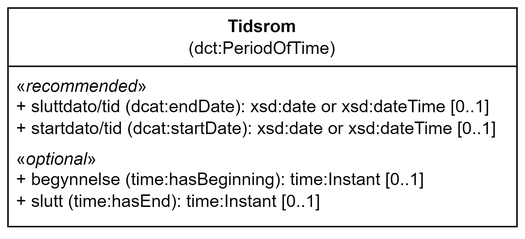
Informasjonsforvaltning/dcat-ap-no keeps this draw.io diagram as docs/images/Klassen-Tidsrom.png. Above is the earlier version. Source tidied: cells renumbered, new cells last; positions are measured from the earlier drawing's top-left corner, leaving out a move shared by most shapes. Source of this version:
```xml
<mxGraphModel>
  <root>
    <mxCell id="0" />
    <mxCell id="1" parent="0" />
    <mxCell id="2" value="&lt;span style=&quot;background-color: initial;&quot;&gt;Tidsrom&lt;br&gt;&lt;/span&gt;&lt;span style=&quot;background-color: initial;&quot;&gt;&lt;span style=&quot;font-weight: normal;&quot;&gt;(dct:PeriodOfTime)&lt;/span&gt;&lt;/span&gt;" style="swimlane;whiteSpace=wrap;html=1;startSize=40;" parent="1" vertex="1">
      <mxGeometry width="350" height="150" as="geometry" />
    </mxCell>
    <mxCell id="3" value="&lt;div&gt;«&lt;i&gt;recommended&lt;/i&gt;»&lt;/div&gt;&lt;div&gt;&lt;div&gt;&lt;div&gt;+ sluttdato/tid (dcat:endDate): xsd:date or xsd:dateTime [0..1]&lt;/div&gt;&lt;div&gt;+ startdato/tid (dcat:startDate): xsd:date or xsd:dateTime [0..1]&lt;/div&gt;&lt;/div&gt;&lt;/div&gt;" style="text;strokeColor=none;fillColor=none;align=left;verticalAlign=top;spacingLeft=4;spacingRight=4;overflow=hidden;whiteSpace=wrap;html=1;" parent="2" vertex="1">
      <mxGeometry y="40" width="350" height="60" as="geometry" />
    </mxCell>
    <mxCell id="4" value="&lt;div&gt;«&lt;i&gt;optional&lt;/i&gt;»&lt;/div&gt;&lt;div&gt;+ begynnelse (time:hasBeginning): time:Instant [0..1]&lt;/div&gt;&lt;div&gt;+ slutt (time:hasEnd): time:Instant [0..1]&lt;/div&gt;" style="text;strokeColor=none;fillColor=none;align=left;verticalAlign=top;spacingLeft=4;spacingRight=4;overflow=hidden;whiteSpace=wrap;html=1;" parent="2" vertex="1">
      <mxGeometry y="90" width="350" height="60" as="geometry" />
    </mxCell>
  </root>
</mxGraphModel>
```
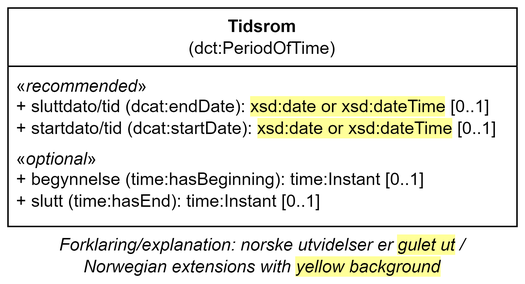
The same file after the commit.

Commit message:
Oppdaterer tegninger

Diff of the diagram source:
```diff
@@ -5,11 +5,14 @@
     <mxCell id="2" value="&lt;span style=&quot;background-color: initial;&quot;&gt;Tidsrom&lt;br&gt;&lt;/span&gt;&lt;span style=&quot;background-color: initial;&quot;&gt;&lt;span style=&quot;font-weight: normal;&quot;&gt;(dct:PeriodOfTime)&lt;/span&gt;&lt;/span&gt;" style="swimlane;whiteSpace=wrap;html=1;startSize=40;" parent="1" vertex="1">
       <mxGeometry width="350" height="150" as="geometry" />
     </mxCell>
-    <mxCell id="3" value="&lt;div&gt;«&lt;i&gt;recommended&lt;/i&gt;»&lt;/div&gt;&lt;div&gt;&lt;div&gt;&lt;div&gt;+ sluttdato/tid (dcat:endDate): xsd:date or xsd:dateTime [0..1]&lt;/div&gt;&lt;div&gt;+ startdato/tid (dcat:startDate): xsd:date or xsd:dateTime [0..1]&lt;/div&gt;&lt;/div&gt;&lt;/div&gt;" style="text;strokeColor=none;fillColor=none;align=left;verticalAlign=top;spacingLeft=4;spacingRight=4;overflow=hidden;whiteSpace=wrap;html=1;" parent="2" vertex="1">
+    <mxCell id="3" value="&lt;div&gt;«&lt;i&gt;recommended&lt;/i&gt;»&lt;/div&gt;&lt;div&gt;&lt;div&gt;&lt;div&gt;+ sluttdato/tid (dcat:endDate): &lt;span style=&quot;background-color: rgb(255, 255, 153);&quot;&gt;xsd:date or xsd:dateTime&lt;/span&gt; [0..1]&lt;/div&gt;&lt;div&gt;+ startdato/tid (dcat:startDate): &lt;span style=&quot;background-color: rgb(255, 255, 153);&quot;&gt;xsd:date or xsd:dateTime&lt;/span&gt; [0..1]&lt;/div&gt;&lt;/div&gt;&lt;/div&gt;" style="text;strokeColor=none;fillColor=none;align=left;verticalAlign=top;spacingLeft=4;spacingRight=4;overflow=hidden;whiteSpace=wrap;html=1;" parent="2" vertex="1">
       <mxGeometry y="40" width="350" height="60" as="geometry" />
     </mxCell>
     <mxCell id="4" value="&lt;div&gt;«&lt;i&gt;optional&lt;/i&gt;»&lt;/div&gt;&lt;div&gt;+ begynnelse (time:hasBeginning): time:Instant [0..1]&lt;/div&gt;&lt;div&gt;+ slutt (time:hasEnd): time:Instant [0..1]&lt;/div&gt;" style="text;strokeColor=none;fillColor=none;align=left;verticalAlign=top;spacingLeft=4;spacingRight=4;overflow=hidden;whiteSpace=wrap;html=1;" parent="2" vertex="1">
       <mxGeometry y="90" width="350" height="60" as="geometry" />
     </mxCell>
+    <mxCell id="5" value="Forklaring/explanation: norske utvidelser er&amp;nbsp;&lt;span style=&quot;background-color: rgb(255, 255, 153);&quot;&gt;gulet ut&lt;/span&gt;&lt;span style=&quot;background-color: rgb(255 , 255 , 255)&quot;&gt;&amp;nbsp;/ &lt;br&gt;Norwegian extensions with &lt;/span&gt;&lt;span style=&quot;background-color: rgb(255, 255, 153);&quot;&gt;yellow background&lt;/span&gt;" style="text;html=1;strokeColor=none;fillColor=none;align=center;verticalAlign=middle;whiteSpace=wrap;rounded=0;fontStyle=2;" parent="1" vertex="1">
+      <mxGeometry x="10" y="160" width="330" height="20" as="geometry" />
+    </mxCell>
   </root>
 </mxGraphModel>
```
